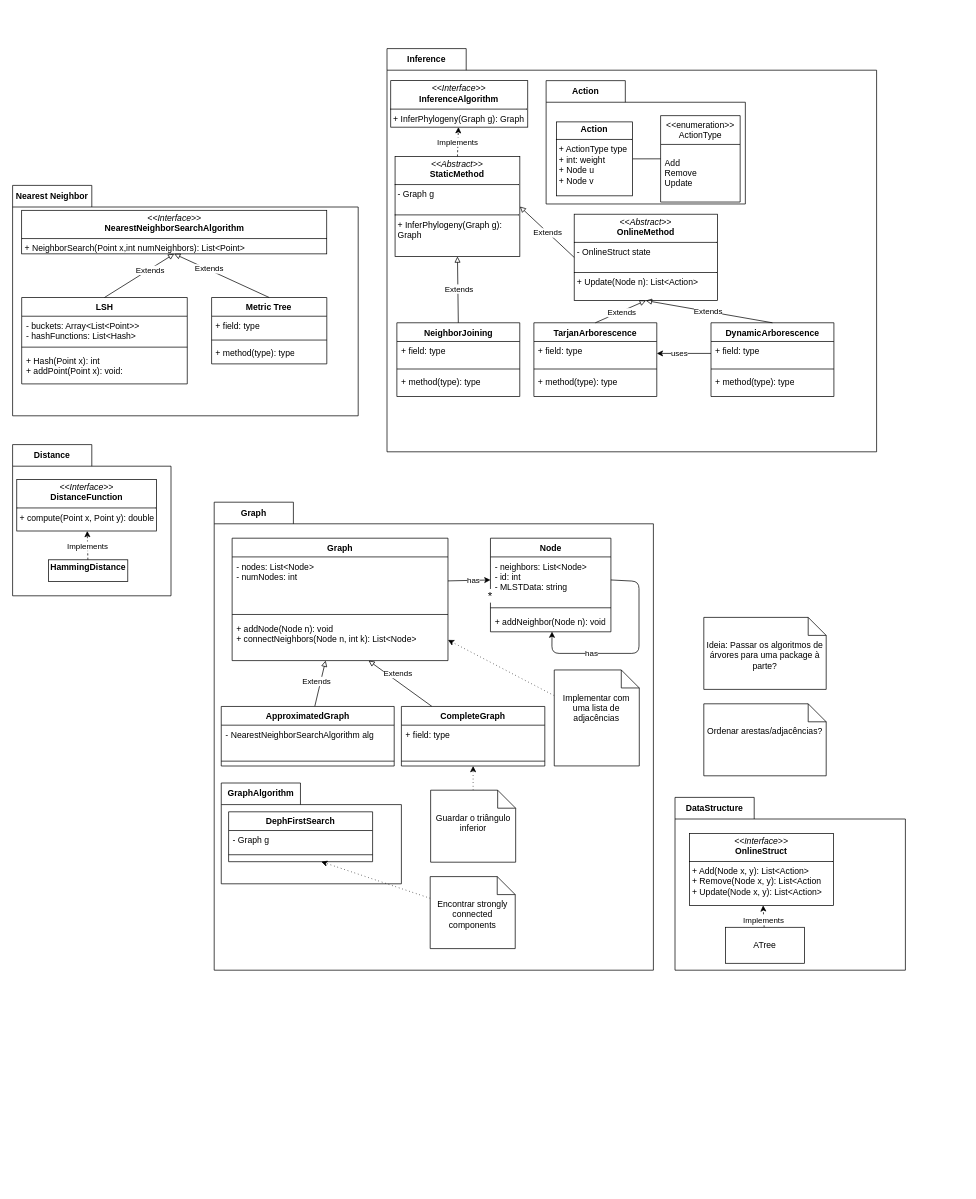
Goncalo-Palma-Nunes/minimum-weight-arborescence keeps this draw.io diagram as Packages.drawio. Above is the earlier version. Source tidied: cells renumbered, new cells numbered last; positions are measured from the earlier drawing's top-left corner, leaving out a move shared by most shapes. Both pictures are drawn from the tidied source at 72%, with x=0, y=0 at pixel (12, 48).
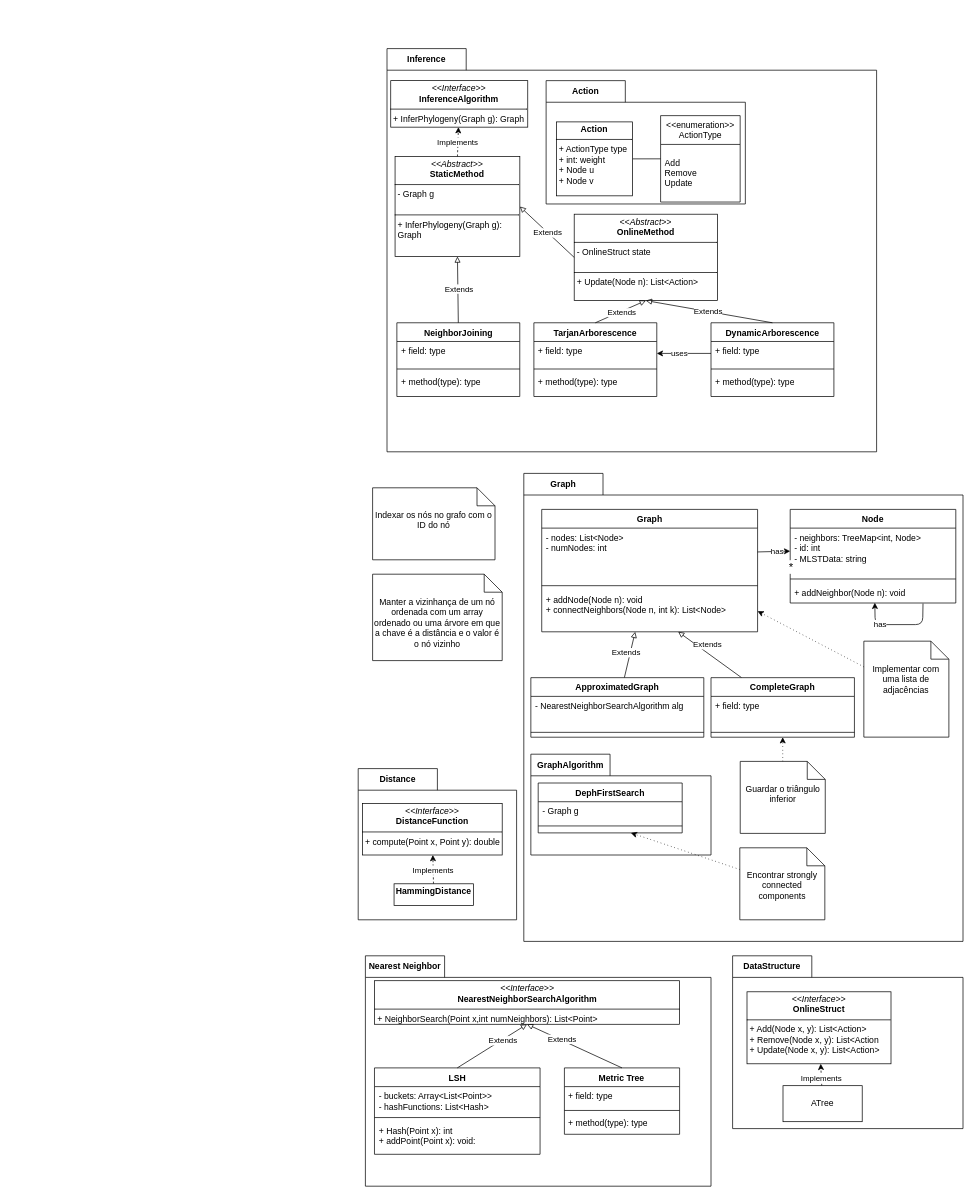
Above is the later version.

Commit message:
fix: adjacency representation for Graph package UML

Change to the diagram source:
```diff
@@
     <mxCell id="2" value="Graph" style="shape=folder;fontStyle=1;tabWidth=110;tabHeight=30;tabPosition=left;html=1;boundedLbl=1;labelInHeader=1;whiteSpace=wrap;" parent="1" vertex="1">
-      <mxGeometry x="280" y="630" width="610" height="650" as="geometry" />
+      <mxGeometry x="710" y="590" width="610" height="650" as="geometry" />
     </mxCell>
@@
     <mxCell id="18" value="Node" style="swimlane;fontStyle=1;align=center;verticalAlign=top;horizontal=1;startSize=26;whiteSpace=wrap;html=1;" parent="2" vertex="1">
-      <mxGeometry x="383.7" y="50" width="167.3" height="130" as="geometry" />
+      <mxGeometry x="370" y="50" width="230" height="130" as="geometry" />
     </mxCell>
-    <mxCell id="19" value="- neighbors: List&amp;lt;Node&amp;gt;&lt;div&gt;- id: int&lt;/div&gt;&lt;div&gt;- MLSTData: string&lt;/div&gt;" style="text;strokeColor=none;fillColor=none;align=left;verticalAlign=top;spacingLeft=4;spacingRight=4;overflow=hidden;points=[[0,0.5],[1,0.5]];portConstraint=eastwest;whiteSpace=wrap;html=1;" parent="18" vertex="1">
-      <mxGeometry y="26" width="167.3" height="64" as="geometry" />
+    <mxCell id="19" value="- neighbors: TreeMap&amp;lt;int, Node&amp;gt;&lt;div&gt;- id: int&lt;/div&gt;&lt;div&gt;- MLSTData: string&lt;/div&gt;" style="text;strokeColor=none;fillColor=none;align=left;verticalAlign=top;spacingLeft=4;spacingRight=4;overflow=hidden;points=[[0,0.5],[1,0.5]];portConstraint=eastwest;whiteSpace=wrap;html=1;" parent="18" vertex="1">
+      <mxGeometry y="26" width="230" height="64" as="geometry" />
     </mxCell>
     <mxCell id="20" style="line;strokeWidth=1;fillColor=none;align=left;verticalAlign=middle;spacingTop=-1;spacingLeft=3;spacingRight=3;labelPosition=right;strokeColor=inherit;" parent="18" vertex="1">
-      <mxGeometry y="90" width="167.3" height="13.3" as="geometry" />
+      <mxGeometry y="90" width="230" height="13.3" as="geometry" />
     </mxCell>
     <mxCell id="21" value="+ addNeighbor(Node n): void" style="text;strokeColor=none;fillColor=none;align=left;verticalAlign=top;spacingLeft=4;spacingRight=4;overflow=hidden;points=[[0,0.5],[1,0.5]];portConstraint=eastwest;whiteSpace=wrap;html=1;" parent="18" vertex="1">
-      <mxGeometry y="103.3" width="167.3" height="26.7" as="geometry" />
+      <mxGeometry y="103.3" width="230" height="26.7" as="geometry" />
     </mxCell>
-    <mxCell id="22" style="edgeStyle=none;html=1;exitX=1;exitY=0.5;exitDx=0;exitDy=0;entryX=0.511;entryY=0.988;entryDx=0;entryDy=0;entryPerimeter=0;" parent="18" edge="1" source="19" target="21">
+    <mxCell id="22" style="edgeStyle=none;html=1;exitX=0.802;exitY=1.03;exitDx=0;exitDy=0;entryX=0.511;entryY=0.988;entryDx=0;entryDy=0;entryPerimeter=0;exitPerimeter=0;" parent="18" edge="1" source="21" target="21">
       <mxGeometry relative="1" as="geometry">
         <Array as="points">
-          <mxPoint x="206.3" y="60" />
-          <mxPoint x="206.3" y="160" />
-          <mxPoint x="85.3" y="160" />
+          <mxPoint x="184" y="160" />
+          <mxPoint x="118" y="160" />
         </Array>
       </mxGeometry>
     </mxCell>
@@
     <mxCell id="37" value="Distance" style="shape=folder;fontStyle=1;tabWidth=110;tabHeight=30;tabPosition=left;html=1;boundedLbl=1;labelInHeader=1;whiteSpace=wrap;" parent="1" vertex="1">
-      <mxGeometry y="550" width="220" height="210" as="geometry" />
+      <mxGeometry x="480" y="1000" width="220" height="210" as="geometry" />
     </mxCell>
@@
     <mxCell id="43" value="Nearest Neighbor" style="shape=folder;fontStyle=1;tabWidth=110;tabHeight=30;tabPosition=left;html=1;boundedLbl=1;labelInHeader=1;whiteSpace=wrap;" parent="1" vertex="1">
-      <mxGeometry y="190" width="480" height="320" as="geometry" />
+      <mxGeometry x="490" y="1260" width="480" height="320" as="geometry" />
     </mxCell>
@@
-    <mxCell id="92" value="Ideia: Passar os algoritmos de árvores para uma package à parte?" style="shape=note2;boundedLbl=1;whiteSpace=wrap;html=1;size=25;verticalAlign=top;align=center;" parent="1" vertex="1">
-      <mxGeometry x="960" y="790" width="170" height="100" as="geometry" />
+    <mxCell id="92" value="Indexar os nós no grafo com o ID do nó" style="shape=note2;boundedLbl=1;whiteSpace=wrap;html=1;size=25;verticalAlign=top;align=center;" parent="1" vertex="1">
+      <mxGeometry x="500" y="610" width="170" height="100" as="geometry" />
     </mxCell>
-    <mxCell id="93" value="Ordenar arestas/adjacências?" style="shape=note2;boundedLbl=1;whiteSpace=wrap;html=1;size=25;verticalAlign=top;align=center;" parent="1" vertex="1">
-      <mxGeometry x="960" y="910" width="170" height="100" as="geometry" />
+    <mxCell id="93" value="Manter a vizinhança de um nó ordenada com um array ordenado ou uma árvore em que a chave é a distância e o valor é o nó vizinho" style="shape=note2;boundedLbl=1;whiteSpace=wrap;html=1;size=25;verticalAlign=top;align=center;" parent="1" vertex="1">
+      <mxGeometry x="500" y="730" width="180" height="120" as="geometry" />
     </mxCell>
     <mxCell id="94" value="DataStructure" style="shape=folder;fontStyle=1;tabWidth=110;tabHeight=30;tabPosition=left;html=1;boundedLbl=1;labelInHeader=1;whiteSpace=wrap;" parent="1" vertex="1">
-      <mxGeometry x="920" y="1040" width="320" height="240" as="geometry" />
+      <mxGeometry x="1000" y="1260" width="320" height="240" as="geometry" />
     </mxCell>
```
